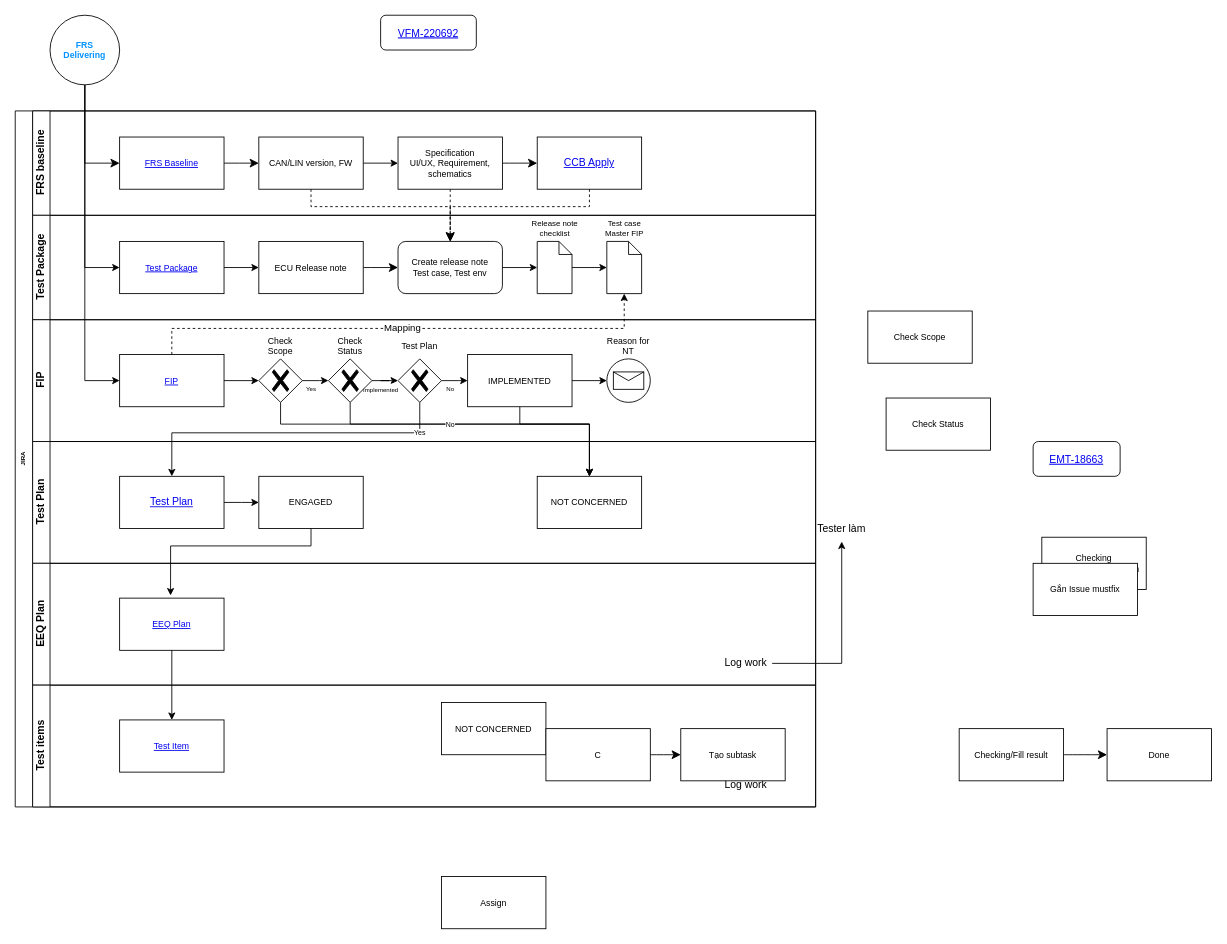
athanhoang/viindoo_accademy keeps this draw.io diagram as Biểu đồ không có tiêu đề.drawio. Above is the earlier version. Source tidied: cells renumbered, new cells numbered last; positions are measured from the earlier drawing's top-left corner, leaving out a move shared by most shapes. Both pictures are drawn from the tidied source at 87%, with x=0, y=0 at pixel (15, 15).
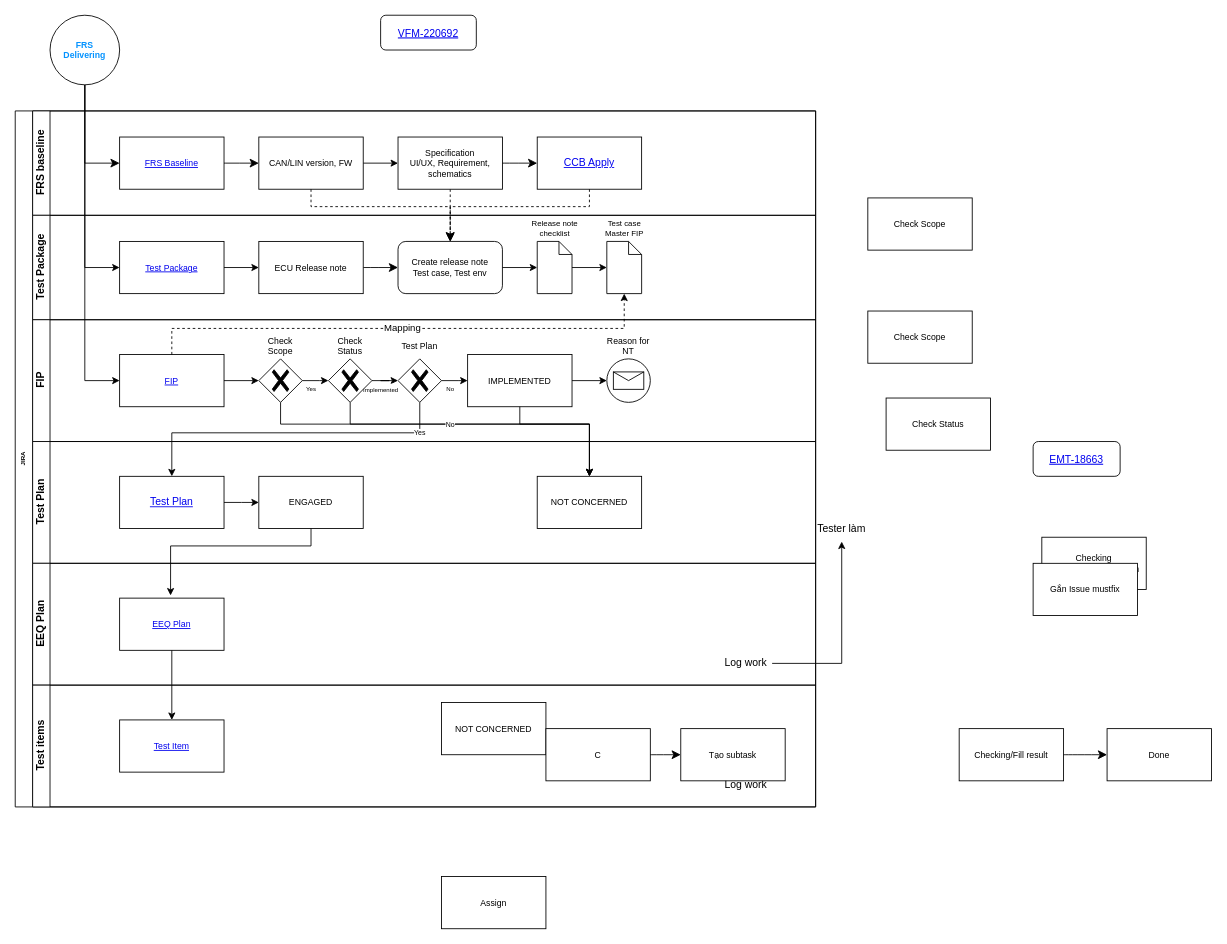
After the change.

Change to the diagram source:
```diff
@@
+    <mxCell id="85" value="Check Scope" style="whiteSpace=wrap;html=1;fontSize=10;" parent="1" vertex="1">
+      <mxGeometry x="980" y="210" width="120" height="60" as="geometry" />
+    </mxCell>
```
